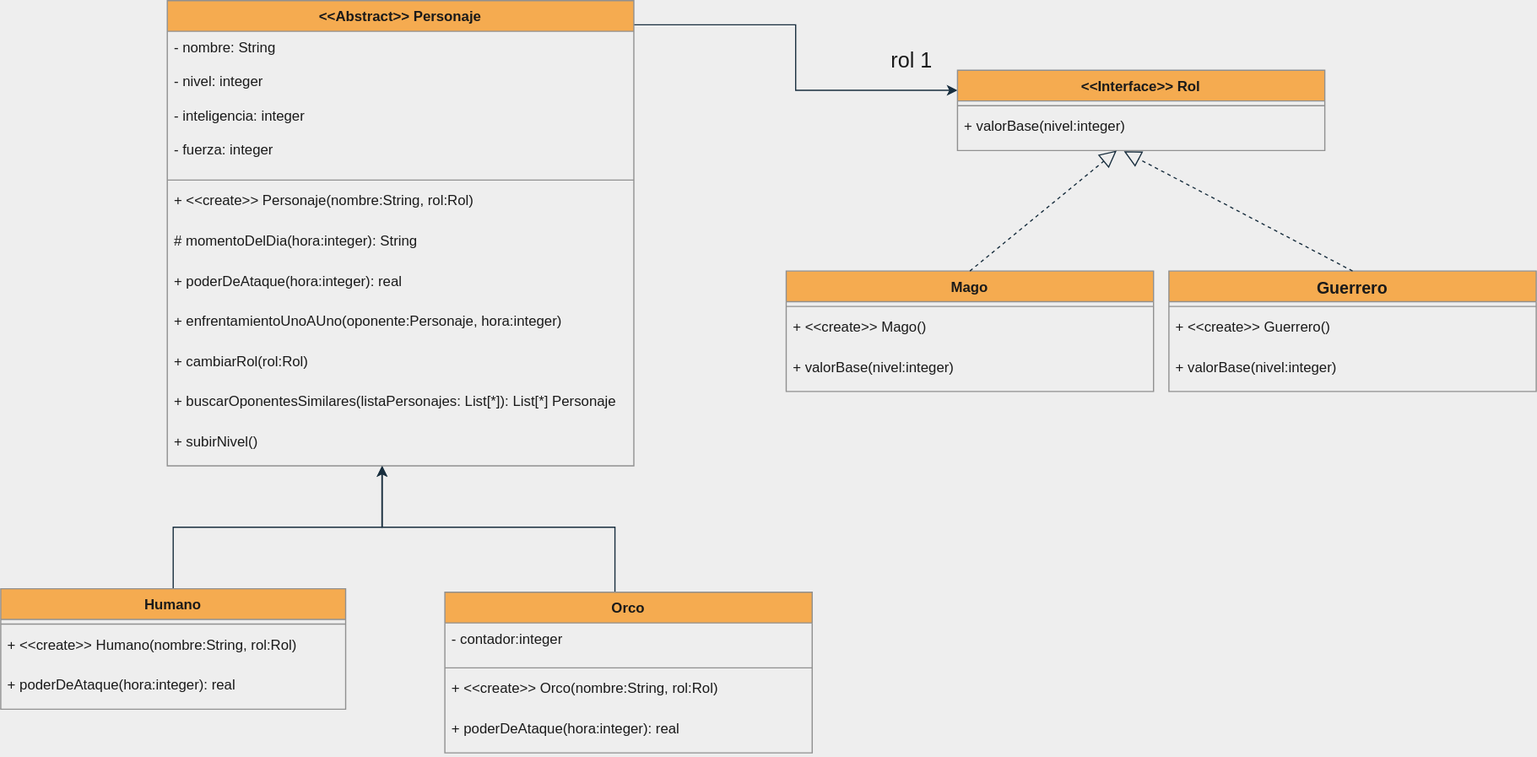
Before: Parciales/ResolucionParcial02/UMLParcial02.svg, a diagram exported from draw.io (dazayamil/Java_Objetos1). Source tidied: cells renumbered, new cells last; positions are measured from the earlier drawing's top-left corner, leaving out a move shared by most shapes.
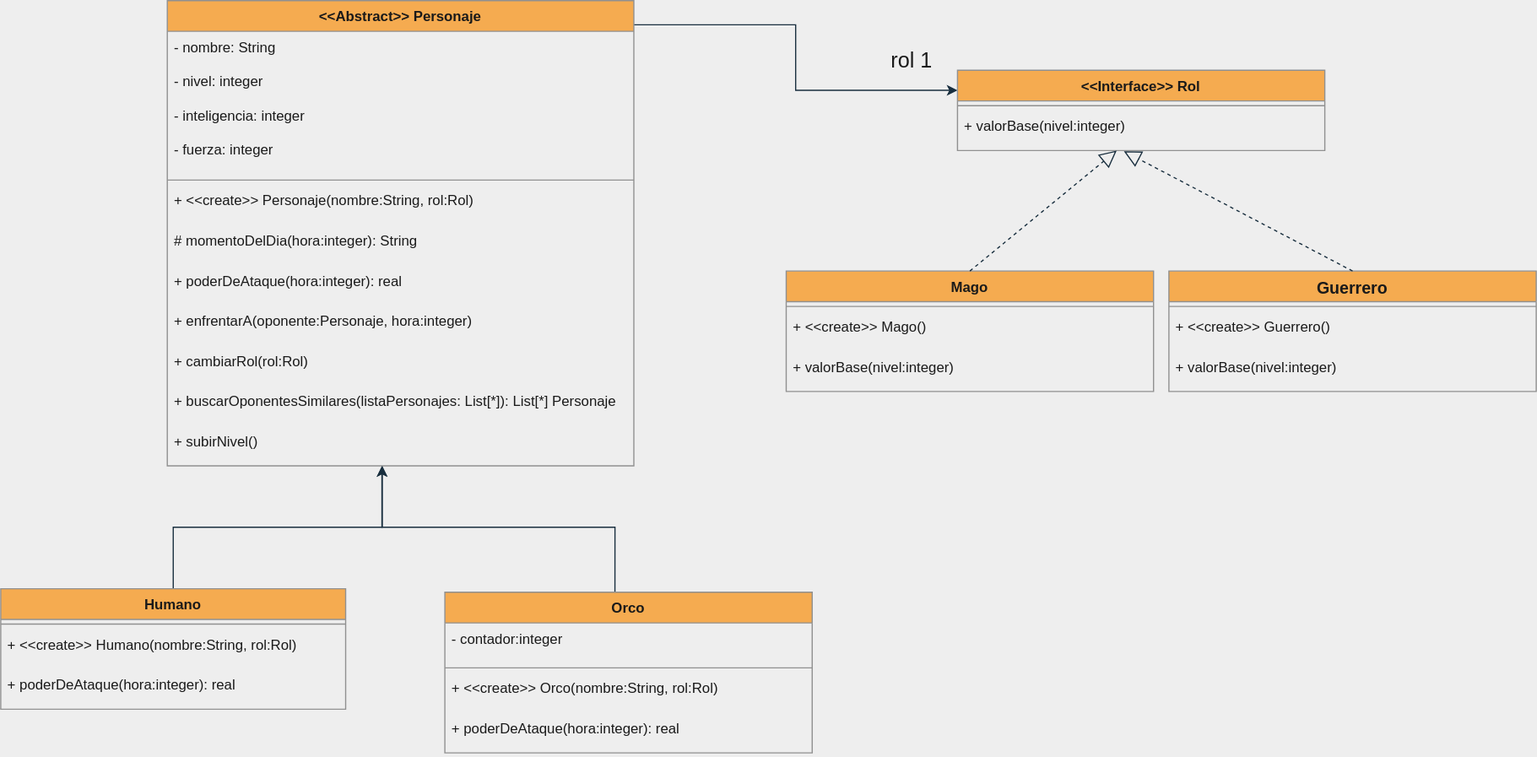
After the commit.

Commit message:
Metodo Enfrentamiento Uno a Uno Finalizado

Change to the diagram source:
```diff
@@ -32,7 +32,7 @@
     <mxCell id="11" value="+ poderDeAtaque(hora:integer): real" style="text;strokeColor=none;fillColor=none;align=left;verticalAlign=top;spacingLeft=4;spacingRight=4;overflow=hidden;fontColor=#1A1A1A;" parent="3" vertex="1">
       <mxGeometry y="224" width="395" height="34" as="geometry" />
     </mxCell>
-    <mxCell id="12" value="+ enfrentamientoUnoAUno(oponente:Personaje, hora:integer)" style="text;strokeColor=none;fillColor=none;align=left;verticalAlign=top;spacingLeft=4;spacingRight=4;overflow=hidden;fontColor=#1A1A1A;" parent="3" vertex="1">
+    <mxCell id="12" value="+ enfrentarA(oponente:Personaje, hora:integer)" style="text;strokeColor=none;fillColor=none;align=left;verticalAlign=top;spacingLeft=4;spacingRight=4;overflow=hidden;fontColor=#1A1A1A;" parent="3" vertex="1">
       <mxGeometry y="258" width="395" height="34" as="geometry" />
     </mxCell>
     <mxCell id="13" value="+ cambiarRol(rol:Rol)" style="text;strokeColor=none;fillColor=none;align=left;verticalAlign=top;spacingLeft=4;spacingRight=4;overflow=hidden;fontColor=#1A1A1A;" parent="3" vertex="1">
```
